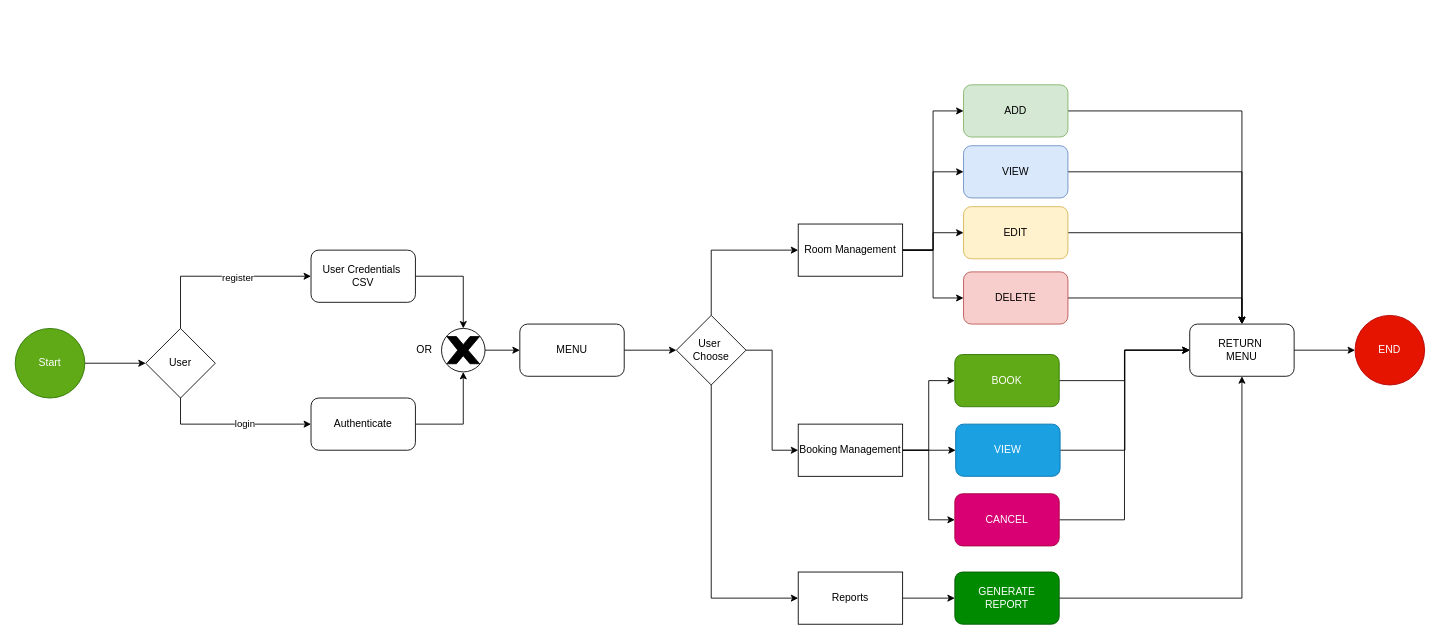
This is prog24hotel.drawio from MarsX-2002/bpmn, a draw.io file, before an edit. Source tidied: cells renumbered, new cells numbered last; positions are measured from the earlier drawing's top-left corner, leaving out a move shared by most shapes. Both pictures are drawn from the tidied source at 87%, with x=0, y=0 at pixel (15, 84).
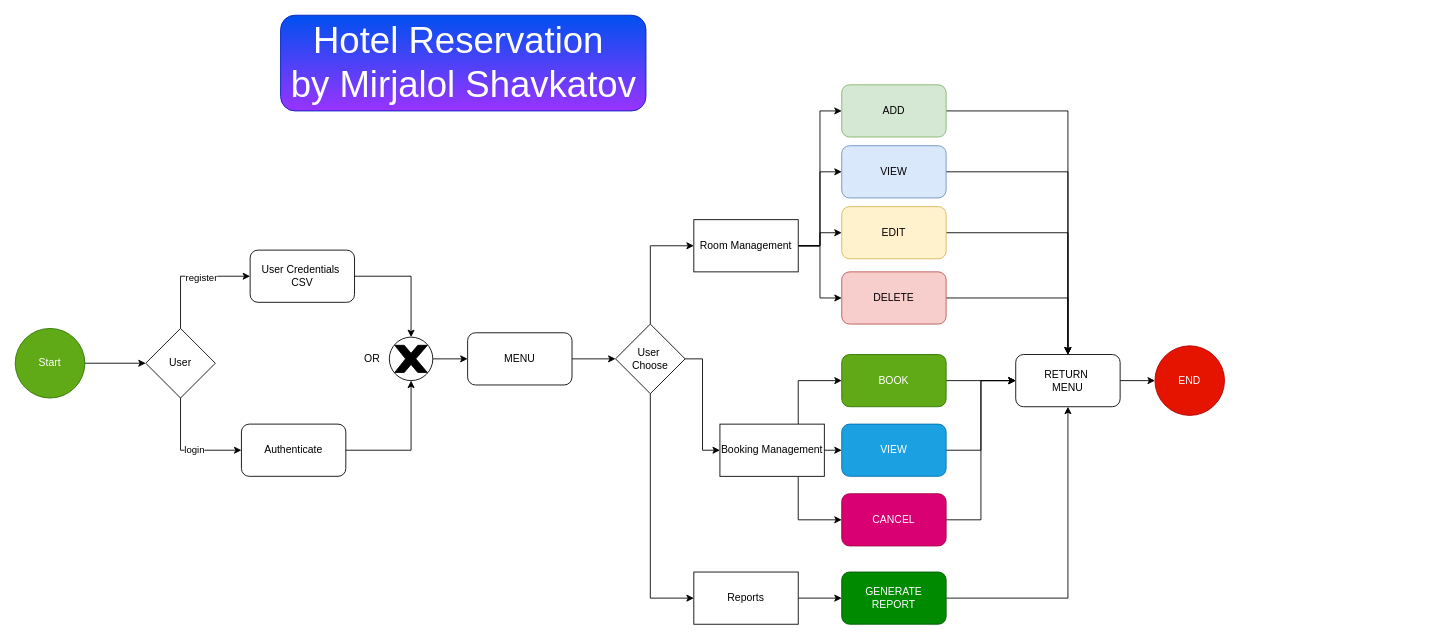
After the change.

Change to the diagram source:
```diff
@@
     <mxCell id="10" value="Authenticate" style="rounded=1;whiteSpace=wrap;html=1;" parent="1" vertex="1">
-      <mxGeometry x="340" y="360" width="120" height="60" as="geometry" />
+      <mxGeometry x="260" y="390" width="120" height="60" as="geometry" />
     </mxCell>
@@
     <mxCell id="12" value="User Credentials&amp;nbsp;&lt;div&gt;CSV&lt;/div&gt;" style="rounded=1;whiteSpace=wrap;html=1;" parent="1" vertex="1">
-      <mxGeometry x="340" y="190" width="120" height="60" as="geometry" />
+      <mxGeometry x="270" y="190" width="120" height="60" as="geometry" />
     </mxCell>
@@
     <mxCell id="14" value="MENU" style="rounded=1;whiteSpace=wrap;html=1;" parent="1" vertex="1">
-      <mxGeometry x="580" y="275" width="120" height="60" as="geometry" />
+      <mxGeometry x="520" y="285" width="120" height="60" as="geometry" />
     </mxCell>
     <mxCell id="15" style="group;" parent="1" vertex="1">
-      <mxGeometry x="490" y="280" width="50" height="50" as="geometry" />
+      <mxGeometry x="430" y="290" width="50" height="50" as="geometry" />
     </mxCell>
@@
     <mxCell id="19" value="OR" style="text;html=1;align=center;verticalAlign=middle;strokeColor=none;fillColor=none;" parent="1" vertex="1">
-      <mxGeometry x="450" y="290" width="40" height="30" as="geometry" />
+      <mxGeometry x="390" y="300" width="40" height="30" as="geometry" />
     </mxCell>
@@
     <mxCell id="24" value="Room Management" style="whiteSpace=wrap;html=1;" parent="1" vertex="1">
-      <mxGeometry x="900" y="160" width="120" height="60" as="geometry" />
+      <mxGeometry x="780" y="155" width="120" height="60" as="geometry" />
     </mxCell>
@@
     <mxCell id="26" value="Reports" style="whiteSpace=wrap;html=1;" parent="1" vertex="1">
-      <mxGeometry x="900" y="560" width="120" height="60" as="geometry" />
+      <mxGeometry x="780" y="560" width="120" height="60" as="geometry" />
     </mxCell>
-    <mxCell id="27" style="edgeStyle=orthogonalEdgeStyle;rounded=0;jettySize=auto;html=1;exitX=1;exitY=0.5;exitDx=0;exitDy=0;entryX=0;entryY=0.5;entryDx=0;entryDy=0;" parent="1" edge="1" source="30" target="48">
+    <mxCell id="27" style="edgeStyle=orthogonalEdgeStyle;rounded=0;jettySize=auto;html=1;exitX=0.75;exitY=0;exitDx=0;exitDy=0;entryX=0;entryY=0.5;entryDx=0;entryDy=0;" parent="1" edge="1" source="30" target="48">
       <mxGeometry relative="1" as="geometry" />
     </mxCell>
+    <mxCell id="29" style="edgeStyle=orthogonalEdgeStyle;rounded=0;jettySize=auto;html=1;exitX=0.75;exitY=1;exitDx=0;exitDy=0;entryX=0;entryY=0.5;entryDx=0;entryDy=0;" parent="1" edge="1" source="30" target="46">
+      <mxGeometry relative="1" as="geometry" />
+    </mxCell>
@@
-    <mxCell id="29" style="edgeStyle=orthogonalEdgeStyle;rounded=0;jettySize=auto;html=1;exitX=1;exitY=0.5;exitDx=0;exitDy=0;entryX=0;entryY=0.5;entryDx=0;entryDy=0;" parent="1" edge="1" source="30" target="46">
-      <mxGeometry relative="1" as="geometry" />
-    </mxCell>
     <mxCell id="30" value="Booking Management" style="whiteSpace=wrap;html=1;" parent="1" vertex="1">
-      <mxGeometry x="900" y="390" width="120" height="60" as="geometry" />
+      <mxGeometry x="810" y="390" width="120" height="60" as="geometry" />
     </mxCell>
@@
     <mxCell id="34" value="User&amp;nbsp;&lt;div&gt;Choose&lt;/div&gt;" style="rhombus;whiteSpace=wrap;html=1;" parent="1" vertex="1">
-      <mxGeometry x="760" y="265" width="80" height="80" as="geometry" />
+      <mxGeometry x="690" y="275" width="80" height="80" as="geometry" />
     </mxCell>
@@
     <mxCell id="36" value="VIEW" style="rounded=1;whiteSpace=wrap;html=1;fillColor=#dae8fc;strokeColor=#6c8ebf;" parent="1" vertex="1">
-      <mxGeometry x="1090" y="70" width="120" height="60" as="geometry" />
+      <mxGeometry x="950" y="70" width="120" height="60" as="geometry" />
     </mxCell>
@@
     <mxCell id="38" value="ADD" style="rounded=1;whiteSpace=wrap;html=1;fillColor=#d5e8d4;strokeColor=#82b366;" parent="1" vertex="1">
-      <mxGeometry x="1090" width="120" height="60" as="geometry" />
+      <mxGeometry x="950" width="120" height="60" as="geometry" />
     </mxCell>
@@
     <mxCell id="40" value="DELETE" style="rounded=1;whiteSpace=wrap;html=1;fillColor=#f8cecc;strokeColor=#b85450;" parent="1" vertex="1">
-      <mxGeometry x="1090" y="215" width="120" height="60" as="geometry" />
+      <mxGeometry x="950" y="215" width="120" height="60" as="geometry" />
     </mxCell>
@@
     <mxCell id="42" value="EDIT" style="rounded=1;whiteSpace=wrap;html=1;fillColor=#fff2cc;strokeColor=#d6b656;" parent="1" vertex="1">
-      <mxGeometry x="1090" y="140" width="120" height="60" as="geometry" />
+      <mxGeometry x="950" y="140" width="120" height="60" as="geometry" />
     </mxCell>
@@
-    <mxCell id="44" value="VIEW" style="rounded=1;whiteSpace=wrap;html=1;fillColor=#1ba1e2;strokeColor=#006EAF;fontColor=#ffffff;" parent="1" vertex="1">
-      <mxGeometry x="1081" y="390" width="120" height="60" as="geometry" />
-    </mxCell>
@@
     <mxCell id="46" value="CANCEL" style="rounded=1;whiteSpace=wrap;html=1;fillColor=#d80073;strokeColor=#A50040;fontColor=#ffffff;" parent="1" vertex="1">
-      <mxGeometry x="1080" y="470" width="120" height="60" as="geometry" />
+      <mxGeometry x="950" y="470" width="120" height="60" as="geometry" />
     </mxCell>
@@
     <mxCell id="48" value="BOOK" style="rounded=1;whiteSpace=wrap;html=1;fillColor=#60a917;fontColor=#ffffff;strokeColor=#2D7600;" parent="1" vertex="1">
-      <mxGeometry x="1080" y="310" width="120" height="60" as="geometry" />
+      <mxGeometry x="950" y="310" width="120" height="60" as="geometry" />
     </mxCell>
@@
     <mxCell id="50" value="GENERATE&lt;div&gt;REPORT&lt;/div&gt;" style="rounded=1;whiteSpace=wrap;html=1;fillColor=#008a00;fontColor=#ffffff;strokeColor=#005700;" parent="1" vertex="1">
-      <mxGeometry x="1080" y="560" width="120" height="60" as="geometry" />
+      <mxGeometry x="950" y="560" width="120" height="60" as="geometry" />
     </mxCell>
@@
     <mxCell id="52" value="RETURN&amp;nbsp;&lt;div&gt;MENU&lt;/div&gt;" style="rounded=1;whiteSpace=wrap;html=1;" parent="1" vertex="1">
-      <mxGeometry x="1350" y="275" width="120" height="60" as="geometry" />
+      <mxGeometry x="1150" y="310" width="120" height="60" as="geometry" />
     </mxCell>
     <mxCell id="53" value="END" style="ellipse;whiteSpace=wrap;html=1;fillColor=#e51400;fontColor=#ffffff;strokeColor=#B20000;" parent="1" vertex="1">
-      <mxGeometry x="1540" y="265" width="80" height="80" as="geometry" />
+      <mxGeometry x="1310" y="300" width="80" height="80" as="geometry" />
     </mxCell>
+    <mxCell id="54" value="&lt;font style=&quot;font-size: 42px;&quot;&gt;Hotel Reservation&amp;nbsp;&lt;/font&gt;&lt;div style=&quot;font-size: 42px;&quot;&gt;&lt;font style=&quot;font-size: 42px;&quot;&gt;by Mirjalol Shavkatov&lt;/font&gt;&lt;/div&gt;" style="text;html=1;align=center;verticalAlign=middle;strokeColor=#001DBC;fillColor=#0050ef;fontColor=#ffffff;gradientColor=#9933FF;fontStyle=0;rounded=1;glass=0;shadow=0;" parent="1" vertex="1">
+      <mxGeometry x="305" y="-80" width="420" height="110" as="geometry" />
+    </mxCell>
+    <mxCell id="44" value="VIEW" style="rounded=1;whiteSpace=wrap;html=1;fillColor=#1ba1e2;strokeColor=#006EAF;fontColor=#ffffff;" parent="1" vertex="1">
+      <mxGeometry x="950" y="390" width="120" height="60" as="geometry" />
+    </mxCell>
```
